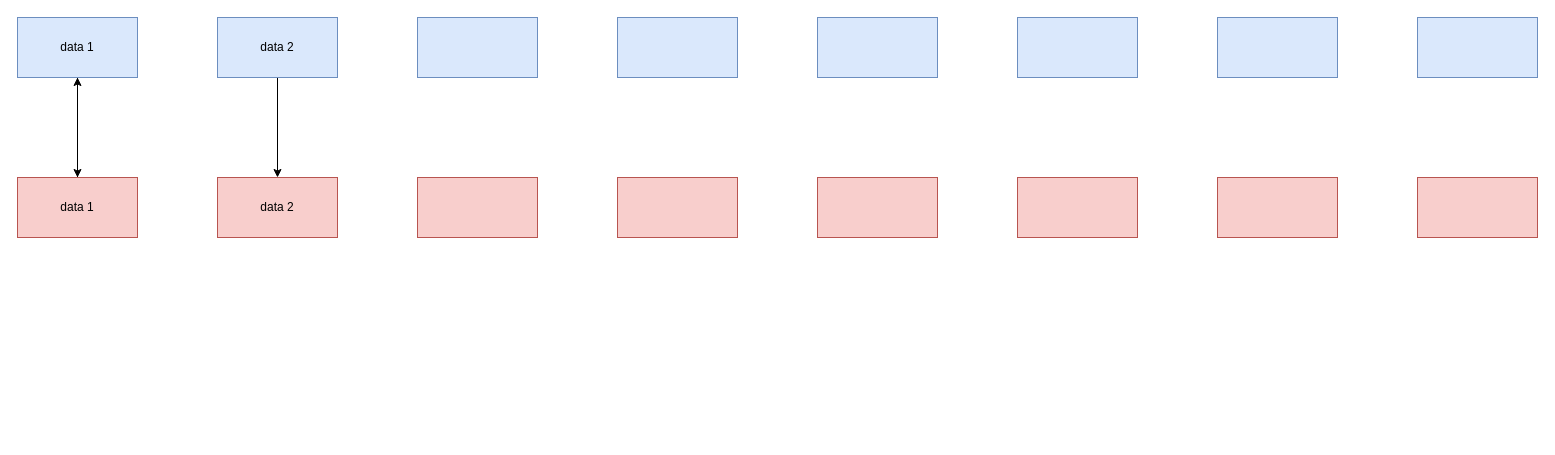
This is Untitled Diagram.drawio from BEYHHH/SBLP, a draw.io file, before an edit. Source tidied: cells renumbered, new cells numbered last; positions are measured from the earlier drawing's top-left corner, leaving out a move shared by most shapes. Both pictures are drawn from the tidied source at 100%, with x=0, y=0 at pixel (17, 17).
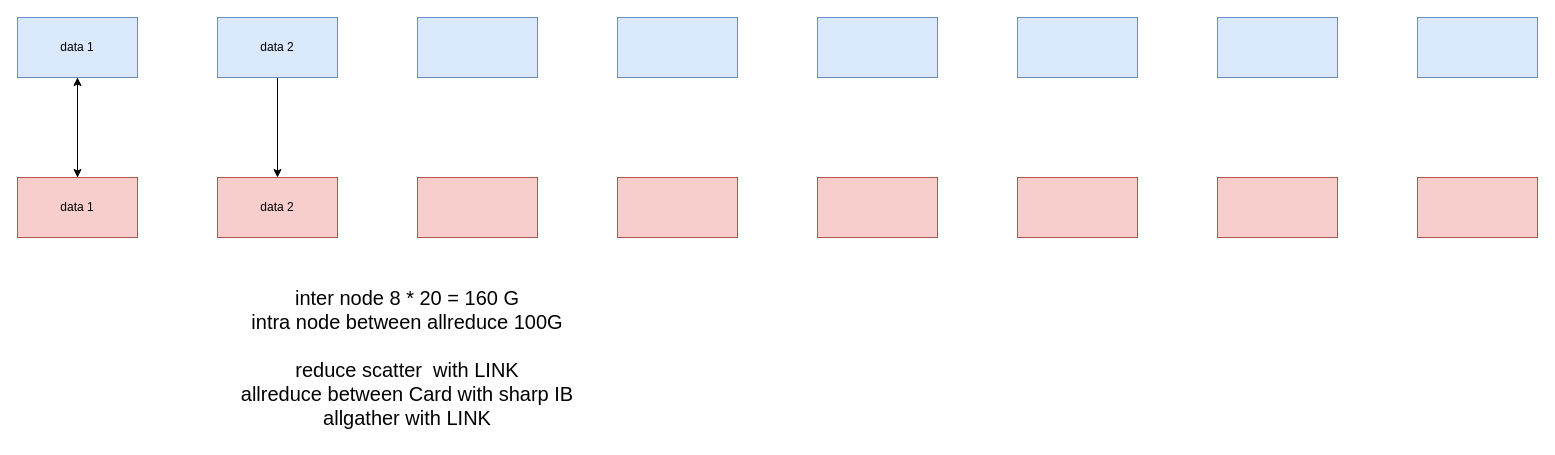
The same diagram, later.

Diff of the diagram source:
```diff
@@
+    <mxCell id="21" value="&lt;font style=&quot;font-size: 20px;&quot;&gt;inter node 8 * 20 = 160 G&lt;br&gt;intra node between allreduce 100G&lt;br&gt;&lt;br&gt;reduce scatter&amp;nbsp; with LINK&lt;br&gt;allreduce between Card with sharp IB&lt;br&gt;allgather with LINK&lt;/font&gt;" style="text;html=1;strokeColor=none;fillColor=none;align=center;verticalAlign=middle;whiteSpace=wrap;rounded=0;" parent="1" vertex="1">
+      <mxGeometry x="200" y="260" width="380" height="160" as="geometry" />
+    </mxCell>
```
